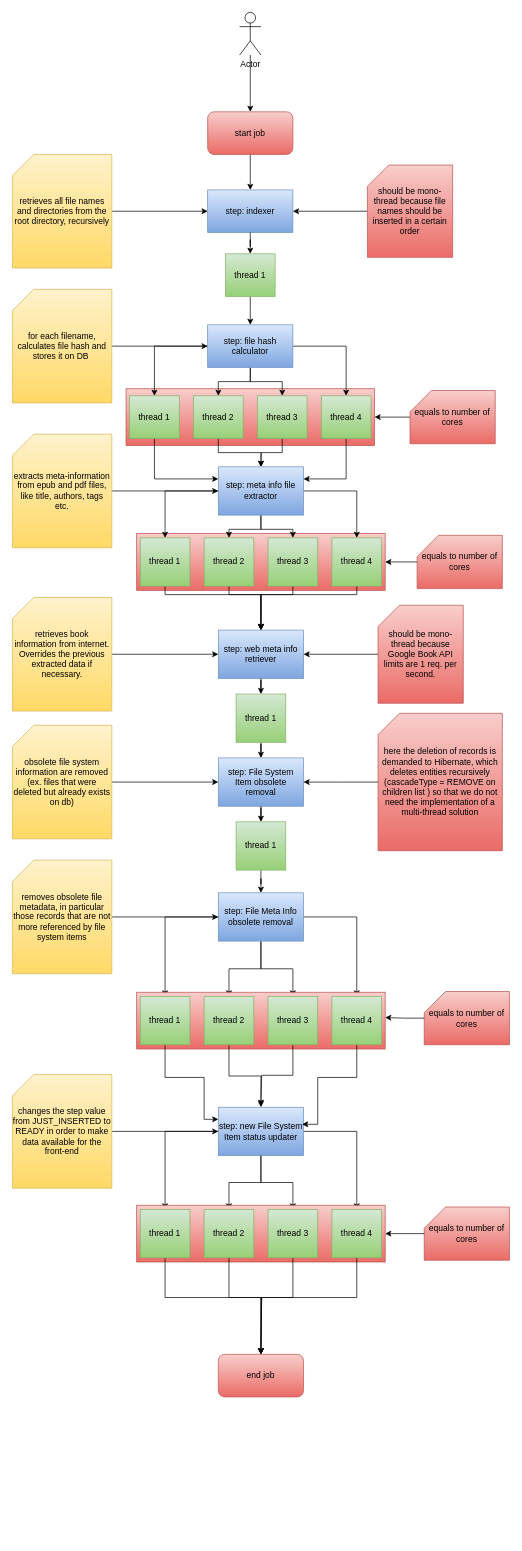
Before: images/europea-library.drawio in goto-eof/europea-library-server, a draw.io diagram. Source tidied: cells renumbered, new cells numbered last; positions are measured from the earlier drawing's top-left corner, leaving out a move shared by most shapes. Both pictures are drawn from the tidied source at 71%, with x=0, y=0 at pixel (12, 12).
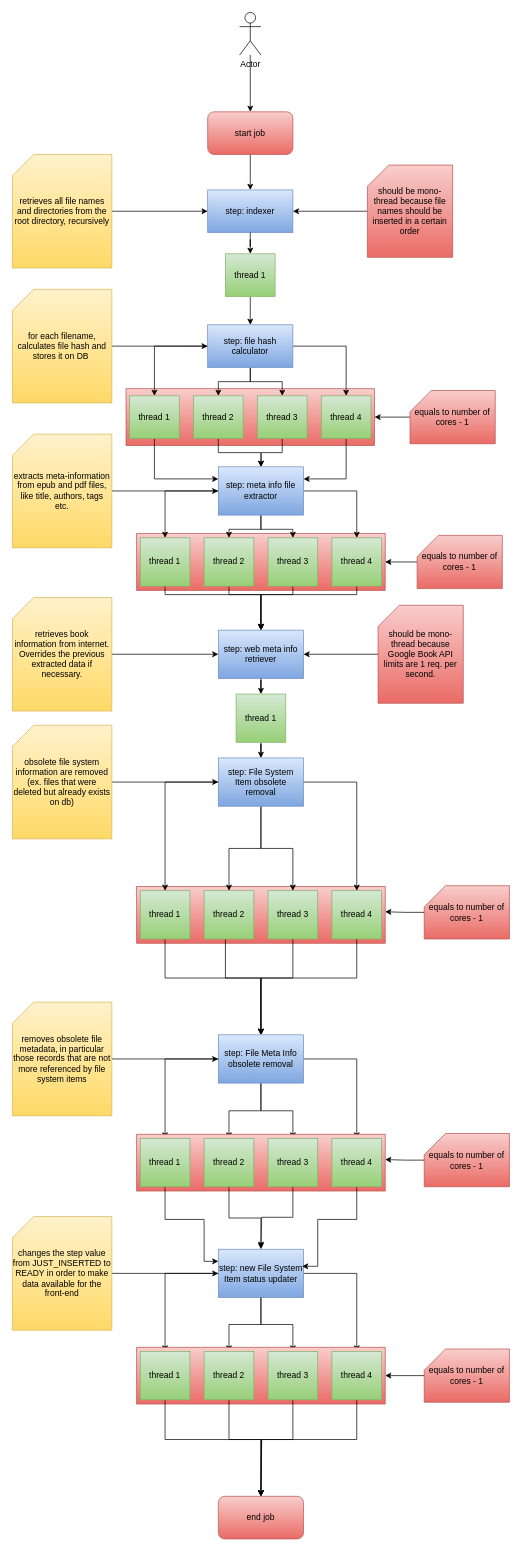
The same diagram, later.

The change refers to these unchanged cells:
```xml
<mxCell id="29" value="step: File System Item obsolete removal" style="rounded=0;whiteSpace=wrap;html=1;fillColor=#dae8fc;gradientColor=#7ea6e0;strokeColor=#6c8ebf;fontColor=#000000;" parent="1" vertex="1">
  <mxGeometry x="290" y="1050" width="120" height="68" as="geometry" />
</mxCell>
```

Change to the diagram source:
```diff
@@
+    <mxCell id="103" style="rounded=0;whiteSpace=wrap;html=1;fillColor=#f8cecc;strokeColor=#b85450;gradientColor=#ea6b66;" parent="1" vertex="1">
+      <mxGeometry x="175" y="1231" width="350" height="80" as="geometry" />
+    </mxCell>
@@
+    <mxCell id="30" style="edgeStyle=orthogonalEdgeStyle;rounded=0;jettySize=auto;html=1;entryX=0.5;entryY=0;entryDx=0;entryDy=0;" parent="1" edge="1" source="29" target="32">
+      <mxGeometry relative="1" as="geometry" />
+    </mxCell>
+    <mxCell id="104" style="edgeStyle=orthogonalEdgeStyle;rounded=0;jettySize=auto;html=1;" parent="1" edge="1" source="29" target="108">
+      <mxGeometry relative="1" as="geometry" />
+    </mxCell>
+    <mxCell id="105" style="edgeStyle=orthogonalEdgeStyle;rounded=0;jettySize=auto;html=1;entryX=0.5;entryY=0;entryDx=0;entryDy=0;" parent="1" edge="1" source="29" target="110">
+      <mxGeometry relative="1" as="geometry" />
+    </mxCell>
+    <mxCell id="106" style="edgeStyle=orthogonalEdgeStyle;rounded=0;jettySize=auto;html=1;" parent="1" edge="1" source="29" target="112">
+      <mxGeometry relative="1" as="geometry" />
+    </mxCell>
@@
-    <mxCell id="30" style="edgeStyle=orthogonalEdgeStyle;rounded=0;jettySize=auto;html=1;entryX=0.5;entryY=0;entryDx=0;entryDy=0;" parent="1" edge="1" source="29" target="32">
-      <mxGeometry relative="1" as="geometry" />
-    </mxCell>
-    <mxCell id="31" style="edgeStyle=orthogonalEdgeStyle;rounded=0;jettySize=auto;html=1;entryX=0.5;entryY=0;entryDx=0;entryDy=0;" parent="1" edge="1" source="32" target="36">
-      <mxGeometry relative="1" as="geometry" />
-    </mxCell>
-    <mxCell id="32" value="thread 1" style="rounded=0;whiteSpace=wrap;html=1;fillColor=#d5e8d4;gradientColor=#97d077;strokeColor=#82b366;fontColor=#000000;" parent="1" vertex="1">
-      <mxGeometry x="315" y="1140" width="70" height="68" as="geometry" />
-    </mxCell>
@@
     <mxCell id="36" value="step: File Meta Info obsolete removal" style="rounded=0;whiteSpace=wrap;html=1;fillColor=#dae8fc;gradientColor=#7ea6e0;strokeColor=#6c8ebf;fontColor=#000000;" parent="1" vertex="1">
-      <mxGeometry x="290" y="1240" width="120" height="68" as="geometry" />
+      <mxGeometry x="290" y="1440" width="120" height="68" as="geometry" />
     </mxCell>
@@
     <mxCell id="41" value="step: new File System Item status updater" style="rounded=0;whiteSpace=wrap;html=1;fillColor=#dae8fc;gradientColor=#7ea6e0;strokeColor=#6c8ebf;fontColor=#000000;" parent="1" vertex="1">
-      <mxGeometry x="290" y="1542" width="120" height="68" as="geometry" />
+      <mxGeometry x="290" y="1742" width="120" height="68" as="geometry" />
     </mxCell>
@@
-    <mxCell id="61" value="equals to number of cores" style="shape=card;whiteSpace=wrap;html=1;fillColor=#f8cecc;gradientColor=#ea6b66;strokeColor=#b85450;fontColor=#000000;" parent="1" vertex="1">
+    <mxCell id="61" value="equals to number of cores&amp;nbsp;- 1" style="shape=card;whiteSpace=wrap;html=1;fillColor=#f8cecc;gradientColor=#ea6b66;strokeColor=#b85450;fontColor=#000000;" parent="1" vertex="1">
       <mxGeometry x="560" y="532.5" width="120" height="75" as="geometry" />
     </mxCell>
@@
-    <mxCell id="63" value="equals to number of cores" style="shape=card;whiteSpace=wrap;html=1;fillColor=#f8cecc;gradientColor=#ea6b66;strokeColor=#b85450;fontColor=#000000;" parent="1" vertex="1">
+    <mxCell id="63" value="equals to number of cores&amp;nbsp;- 1" style="shape=card;whiteSpace=wrap;html=1;fillColor=#f8cecc;gradientColor=#ea6b66;strokeColor=#b85450;fontColor=#000000;" parent="1" vertex="1">
       <mxGeometry x="570" y="736.5" width="120" height="75" as="geometry" />
     </mxCell>
     <mxCell id="64" style="rounded=0;whiteSpace=wrap;html=1;fillColor=#f8cecc;strokeColor=#b85450;gradientColor=#ea6b66;" parent="1" vertex="1">
-      <mxGeometry x="175" y="1380" width="350" height="80" as="geometry" />
+      <mxGeometry x="175" y="1580" width="350" height="80" as="geometry" />
     </mxCell>
     <mxCell id="65" style="edgeStyle=orthogonalEdgeStyle;rounded=0;jettySize=auto;html=1;entryX=0;entryY=0.25;entryDx=0;entryDy=0;" parent="1" edge="1" source="66" target="41">
       <mxGeometry relative="1" as="geometry">
         <Array as="points">
-          <mxPoint x="215" y="1500" />
-          <mxPoint x="270" y="1500" />
-          <mxPoint x="270" y="1559" />
+          <mxPoint x="215" y="1700" />
+          <mxPoint x="270" y="1700" />
+          <mxPoint x="270" y="1759" />
         </Array>
       </mxGeometry>
     </mxCell>
     <mxCell id="66" value="thread 1" style="rounded=0;whiteSpace=wrap;html=1;fillColor=#d5e8d4;gradientColor=#97d077;strokeColor=#82b366;fontColor=#000000;" parent="1" vertex="1">
-      <mxGeometry x="180" y="1386" width="70" height="68" as="geometry" />
+      <mxGeometry x="180" y="1586" width="70" height="68" as="geometry" />
     </mxCell>
@@
     <mxCell id="68" value="thread 2" style="rounded=0;whiteSpace=wrap;html=1;fillColor=#d5e8d4;gradientColor=#97d077;strokeColor=#82b366;fontColor=#000000;" parent="1" vertex="1">
-      <mxGeometry x="270" y="1386" width="70" height="68" as="geometry" />
+      <mxGeometry x="270" y="1586" width="70" height="68" as="geometry" />
     </mxCell>
     <mxCell id="69" style="edgeStyle=orthogonalEdgeStyle;rounded=0;jettySize=auto;html=1;" parent="1" edge="1" source="70">
       <mxGeometry relative="1" as="geometry">
-        <mxPoint x="350" y="1540" as="targetPoint" />
+        <mxPoint x="350" y="1740" as="targetPoint" />
         <Array as="points">
-          <mxPoint x="395" y="1497" />
-          <mxPoint x="351" y="1497" />
+          <mxPoint x="395" y="1697" />
+          <mxPoint x="351" y="1697" />
         </Array>
       </mxGeometry>
     </mxCell>
     <mxCell id="70" value="thread 3" style="rounded=0;whiteSpace=wrap;html=1;fillColor=#d5e8d4;gradientColor=#97d077;strokeColor=#82b366;fontColor=#000000;" parent="1" vertex="1">
-      <mxGeometry x="360" y="1386" width="70" height="68" as="geometry" />
+      <mxGeometry x="360" y="1586" width="70" height="68" as="geometry" />
     </mxCell>
     <mxCell id="71" style="edgeStyle=orthogonalEdgeStyle;rounded=0;jettySize=auto;html=1;entryX=0.983;entryY=0.353;entryDx=0;entryDy=0;entryPerimeter=0;" parent="1" edge="1" source="72" target="41">
       <mxGeometry relative="1" as="geometry">
         <Array as="points">
-          <mxPoint x="485" y="1500" />
-          <mxPoint x="430" y="1500" />
-          <mxPoint x="430" y="1566" />
+          <mxPoint x="485" y="1700" />
+          <mxPoint x="430" y="1700" />
+          <mxPoint x="430" y="1766" />
         </Array>
       </mxGeometry>
     </mxCell>
     <mxCell id="72" value="thread 4" style="rounded=0;whiteSpace=wrap;html=1;fillColor=#d5e8d4;gradientColor=#97d077;strokeColor=#82b366;fontColor=#000000;" parent="1" vertex="1">
-      <mxGeometry x="450" y="1386" width="70" height="68" as="geometry" />
+      <mxGeometry x="450" y="1586" width="70" height="68" as="geometry" />
     </mxCell>
     <mxCell id="73" style="rounded=0;whiteSpace=wrap;html=1;fillColor=#f8cecc;strokeColor=#b85450;gradientColor=#ea6b66;" parent="1" vertex="1">
-      <mxGeometry x="175" y="1680" width="350" height="80" as="geometry" />
+      <mxGeometry x="175" y="1880" width="350" height="80" as="geometry" />
     </mxCell>
     <mxCell id="74" style="edgeStyle=orthogonalEdgeStyle;rounded=0;jettySize=auto;html=1;entryX=0.5;entryY=0;entryDx=0;entryDy=0;" parent="1" edge="1" source="75" target="82">
       <mxGeometry relative="1" as="geometry">
         <Array as="points">
-          <mxPoint x="215" y="1810" />
-          <mxPoint x="350" y="1810" />
+          <mxPoint x="215" y="2010" />
+          <mxPoint x="350" y="2010" />
         </Array>
       </mxGeometry>
     </mxCell>
     <mxCell id="75" value="thread 1" style="rounded=0;whiteSpace=wrap;html=1;fillColor=#d5e8d4;gradientColor=#97d077;strokeColor=#82b366;fontColor=#000000;" parent="1" vertex="1">
-      <mxGeometry x="180" y="1686" width="70" height="68" as="geometry" />
+      <mxGeometry x="180" y="1886" width="70" height="68" as="geometry" />
     </mxCell>
     <mxCell id="76" style="edgeStyle=orthogonalEdgeStyle;rounded=0;jettySize=auto;html=1;" parent="1" edge="1" source="77">
       <mxGeometry relative="1" as="geometry">
-        <mxPoint x="350" y="1890" as="targetPoint" />
+        <mxPoint x="350" y="2090" as="targetPoint" />
         <Array as="points">
-          <mxPoint x="305" y="1810" />
-          <mxPoint x="351" y="1810" />
+          <mxPoint x="305" y="2010" />
+          <mxPoint x="351" y="2010" />
         </Array>
       </mxGeometry>
     </mxCell>
     <mxCell id="77" value="thread 2" style="rounded=0;whiteSpace=wrap;html=1;fillColor=#d5e8d4;gradientColor=#97d077;strokeColor=#82b366;fontColor=#000000;" parent="1" vertex="1">
-      <mxGeometry x="270" y="1686" width="70" height="68" as="geometry" />
+      <mxGeometry x="270" y="1886" width="70" height="68" as="geometry" />
     </mxCell>
     <mxCell id="78" style="edgeStyle=orthogonalEdgeStyle;rounded=0;jettySize=auto;html=1;entryX=0.5;entryY=0;entryDx=0;entryDy=0;" parent="1" edge="1" source="79" target="82">
       <mxGeometry relative="1" as="geometry">
         <Array as="points">
-          <mxPoint x="395" y="1810" />
-          <mxPoint x="350" y="1810" />
+          <mxPoint x="395" y="2010" />
+          <mxPoint x="350" y="2010" />
         </Array>
       </mxGeometry>
     </mxCell>
     <mxCell id="79" value="thread 3" style="rounded=0;whiteSpace=wrap;html=1;fillColor=#d5e8d4;gradientColor=#97d077;strokeColor=#82b366;fontColor=#000000;" parent="1" vertex="1">
-      <mxGeometry x="360" y="1686" width="70" height="68" as="geometry" />
+      <mxGeometry x="360" y="1886" width="70" height="68" as="geometry" />
     </mxCell>
     <mxCell id="80" style="edgeStyle=orthogonalEdgeStyle;rounded=0;jettySize=auto;html=1;" parent="1" edge="1" source="81">
       <mxGeometry relative="1" as="geometry">
-        <mxPoint x="350" y="1890" as="targetPoint" />
+        <mxPoint x="350" y="2090" as="targetPoint" />
         <Array as="points">
-          <mxPoint x="485" y="1810" />
-          <mxPoint x="351" y="1810" />
+          <mxPoint x="485" y="2010" />
+          <mxPoint x="351" y="2010" />
         </Array>
       </mxGeometry>
     </mxCell>
     <mxCell id="81" value="thread 4" style="rounded=0;whiteSpace=wrap;html=1;fillColor=#d5e8d4;gradientColor=#97d077;strokeColor=#82b366;fontColor=#000000;" parent="1" vertex="1">
-      <mxGeometry x="450" y="1686" width="70" height="68" as="geometry" />
+      <mxGeometry x="450" y="1886" width="70" height="68" as="geometry" />
     </mxCell>
     <mxCell id="82" value="end job" style="rounded=1;whiteSpace=wrap;html=1;fillColor=#f8cecc;gradientColor=#ea6b66;strokeColor=#b85450;fontColor=#000000;" parent="1" vertex="1">
-      <mxGeometry x="290" y="1890" width="120" height="60" as="geometry" />
+      <mxGeometry x="290" y="2090" width="120" height="60" as="geometry" />
     </mxCell>
-    <mxCell id="83" value="equals to number of cores" style="shape=card;whiteSpace=wrap;html=1;fillColor=#f8cecc;gradientColor=#ea6b66;strokeColor=#b85450;fontColor=#000000;" parent="1" vertex="1">
-      <mxGeometry x="580" y="1379" width="120" height="75" as="geometry" />
+    <mxCell id="83" value="equals to number of cores&amp;nbsp;- 1" style="shape=card;whiteSpace=wrap;html=1;fillColor=#f8cecc;gradientColor=#ea6b66;strokeColor=#b85450;fontColor=#000000;" parent="1" vertex="1">
+      <mxGeometry x="580" y="1579" width="120" height="75" as="geometry" />
     </mxCell>
-    <mxCell id="84" value="equals to number of cores" style="shape=card;whiteSpace=wrap;html=1;fillColor=#f8cecc;gradientColor=#ea6b66;strokeColor=#b85450;fontColor=#000000;" parent="1" vertex="1">
-      <mxGeometry x="580" y="1682.5" width="120" height="75" as="geometry" />
+    <mxCell id="84" value="equals to number of cores&amp;nbsp;- 1" style="shape=card;whiteSpace=wrap;html=1;fillColor=#f8cecc;gradientColor=#ea6b66;strokeColor=#b85450;fontColor=#000000;" parent="1" vertex="1">
+      <mxGeometry x="580" y="1882.5" width="120" height="75" as="geometry" />
     </mxCell>
@@
-    <mxCell id="87" style="edgeStyle=orthogonalEdgeStyle;rounded=0;jettySize=auto;html=1;entryX=1;entryY=0.5;entryDx=0;entryDy=0;" parent="1" edge="1" source="88" target="29">
-      <mxGeometry relative="1" as="geometry" />
-    </mxCell>
-    <mxCell id="88" value="here the deletion of records is demanded to Hibernate, which deletes entities recursively (cascadeType = REMOVE on children list ) so that we do not need the implementation of a multi-thread solution" style="shape=card;whiteSpace=wrap;html=1;fillColor=#f8cecc;gradientColor=#ea6b66;strokeColor=#b85450;fontColor=#000000;" parent="1" vertex="1">
-      <mxGeometry x="515" y="987.2" width="175" height="193.5" as="geometry" />
-    </mxCell>
@@
     <mxCell id="100" value="removes obsolete file metadata, in particular those records that are not more referenced by file system items" style="shape=card;whiteSpace=wrap;html=1;fillColor=#fff2cc;strokeColor=#d6b656;gradientColor=#ffd966;fontColor=#000000;" parent="1" vertex="1">
-      <mxGeometry y="1194" width="140" height="160" as="geometry" />
+      <mxGeometry y="1394" width="140" height="160" as="geometry" />
     </mxCell>
@@
     <mxCell id="102" value="changes the step value from JUST_INSERTED to READY in order to make data available for the front-end" style="shape=card;whiteSpace=wrap;html=1;fillColor=#fff2cc;strokeColor=#d6b656;gradientColor=#ffd966;fontColor=#000000;" parent="1" vertex="1">
-      <mxGeometry y="1496" width="140" height="160" as="geometry" />
+      <mxGeometry y="1696" width="140" height="160" as="geometry" />
     </mxCell>
+    <mxCell id="31" style="edgeStyle=orthogonalEdgeStyle;rounded=0;jettySize=auto;html=1;" parent="1" edge="1" source="32" target="36">
+      <mxGeometry relative="1" as="geometry">
+        <Array as="points">
+          <mxPoint x="215" y="1360" />
+          <mxPoint x="350" y="1360" />
+        </Array>
+      </mxGeometry>
+    </mxCell>
+    <mxCell id="32" value="thread 1" style="rounded=0;whiteSpace=wrap;html=1;fillColor=#d5e8d4;gradientColor=#97d077;strokeColor=#82b366;fontColor=#000000;" parent="1" vertex="1">
+      <mxGeometry x="180" y="1237" width="70" height="68" as="geometry" />
+    </mxCell>
+    <mxCell id="107" style="edgeStyle=orthogonalEdgeStyle;rounded=0;jettySize=auto;html=1;" parent="1" edge="1" source="108">
+      <mxGeometry relative="1" as="geometry">
+        <mxPoint x="350" y="1440" as="targetPoint" />
+        <Array as="points">
+          <mxPoint x="300" y="1360" />
+          <mxPoint x="350" y="1360" />
+        </Array>
+      </mxGeometry>
+    </mxCell>
+    <mxCell id="108" value="thread 2" style="rounded=0;whiteSpace=wrap;html=1;fillColor=#d5e8d4;gradientColor=#97d077;strokeColor=#82b366;fontColor=#000000;" parent="1" vertex="1">
+      <mxGeometry x="270" y="1237" width="70" height="68" as="geometry" />
+    </mxCell>
+    <mxCell id="109" style="edgeStyle=orthogonalEdgeStyle;rounded=0;jettySize=auto;html=1;" parent="1" edge="1" source="110">
+      <mxGeometry relative="1" as="geometry">
+        <mxPoint x="350" y="1440" as="targetPoint" />
+        <Array as="points">
+          <mxPoint x="395" y="1360" />
+          <mxPoint x="350" y="1360" />
+        </Array>
+      </mxGeometry>
+    </mxCell>
+    <mxCell id="110" value="thread 3" style="rounded=0;whiteSpace=wrap;html=1;fillColor=#d5e8d4;gradientColor=#97d077;strokeColor=#82b366;fontColor=#000000;" parent="1" vertex="1">
+      <mxGeometry x="360" y="1237" width="70" height="68" as="geometry" />
+    </mxCell>
+    <mxCell id="111" style="edgeStyle=orthogonalEdgeStyle;rounded=0;jettySize=auto;html=1;" parent="1" edge="1" source="112">
+      <mxGeometry relative="1" as="geometry">
+        <mxPoint x="350" y="1440" as="targetPoint" />
+        <Array as="points">
+          <mxPoint x="485" y="1360" />
+          <mxPoint x="350" y="1360" />
+        </Array>
+      </mxGeometry>
+    </mxCell>
+    <mxCell id="112" value="thread 4" style="rounded=0;whiteSpace=wrap;html=1;fillColor=#d5e8d4;gradientColor=#97d077;strokeColor=#82b366;fontColor=#000000;" parent="1" vertex="1">
+      <mxGeometry x="450" y="1237" width="70" height="68" as="geometry" />
+    </mxCell>
+    <mxCell id="113" value="equals to number of cores - 1" style="shape=card;whiteSpace=wrap;html=1;fillColor=#f8cecc;gradientColor=#ea6b66;strokeColor=#b85450;fontColor=#000000;" parent="1" vertex="1">
+      <mxGeometry x="580" y="1230" width="120" height="75" as="geometry" />
+    </mxCell>
+    <mxCell id="114" style="edgeStyle=orthogonalEdgeStyle;rounded=0;jettySize=auto;html=1;entryX=1;entryY=0.446;entryDx=0;entryDy=0;entryPerimeter=0;" parent="1" edge="1" source="113" target="103">
+      <mxGeometry relative="1" as="geometry" />
+    </mxCell>
```
